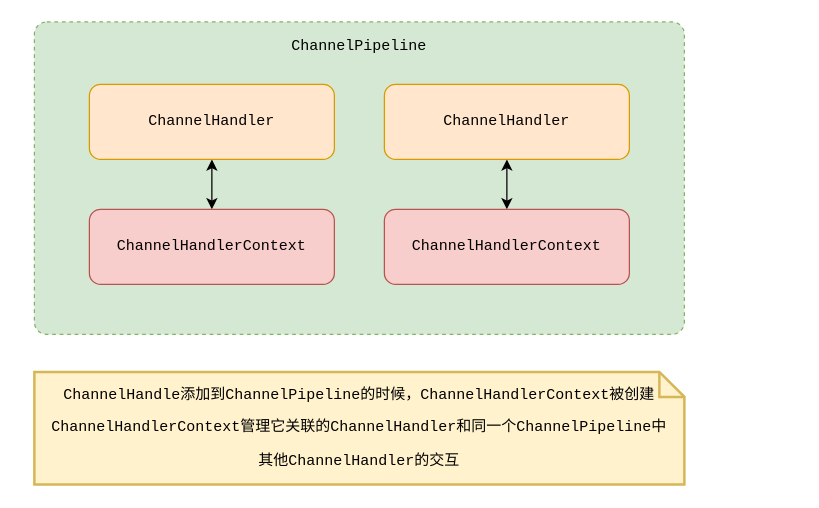
This is netty/channelHandlerContext.drawio from erlieStar/diagrams, a draw.io file, before an edit. Source tidied: cells renumbered, new cells numbered last; positions are measured from the earlier drawing's top-left corner, leaving out a move shared by most shapes. Both pictures are drawn from the tidied source at 125%, with x=0, y=0 at pixel (34, 21).
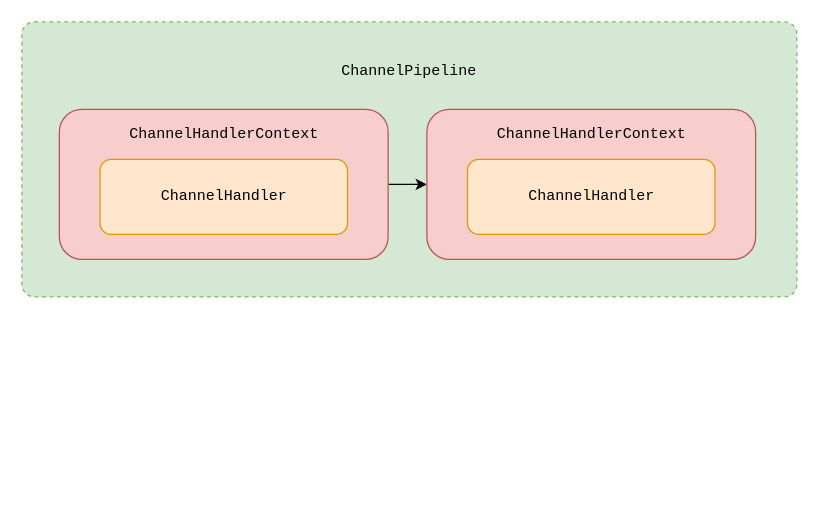
The same diagram, later.

Diff of the diagram source:
```diff
@@
 <mxGraphModel>
   <root>
     <mxCell id="0" />
     <mxCell id="1" parent="0" />
     <mxCell id="2" style="html=1;align=center;verticalAlign=top;rounded=1;absoluteArcSize=1;arcSize=20;dashed=1;fillColor=#d5e8d4;strokeColor=#82b366;" parent="1" vertex="1">
-      <mxGeometry width="520" height="250" as="geometry" />
+      <mxGeometry x="-10" width="620" height="220" as="geometry" />
     </mxCell>
-    <mxCell id="3" style="edgeStyle=orthogonalEdgeStyle;rounded=0;jettySize=auto;html=1;exitX=0.5;exitY=1;exitDx=0;exitDy=0;entryX=0.5;entryY=0;entryDx=0;entryDy=0;startArrow=classic;startFill=1;" parent="1" edge="1" source="4" target="7">
-      <mxGeometry relative="1" as="geometry" />
-    </mxCell>
+    <mxCell id="9" value="&lt;pre&gt;ChannelPipeline&lt;/pre&gt;" style="text;html=1;strokeColor=none;fillColor=none;align=center;verticalAlign=middle;whiteSpace=wrap;rounded=0;" parent="1" vertex="1">
+      <mxGeometry x="238" y="30" width="124" height="20" as="geometry" />
+    </mxCell>
+    <mxCell id="11" style="edgeStyle=orthogonalEdgeStyle;rounded=0;jettySize=auto;html=1;exitX=1;exitY=0.5;exitDx=0;exitDy=0;entryX=0;entryY=0.5;entryDx=0;entryDy=0;" parent="1" edge="1" source="7" target="13">
+      <mxGeometry relative="1" as="geometry" />
+    </mxCell>
+    <mxCell id="7" value="&lt;pre&gt;&lt;pre&gt;&lt;pre&gt;&lt;pre&gt;&lt;br&gt;&lt;/pre&gt;&lt;/pre&gt;&lt;/pre&gt;&lt;/pre&gt;" style="rounded=1;whiteSpace=wrap;html=1;fillColor=#f8cecc;strokeColor=#b85450;" parent="1" vertex="1">
+      <mxGeometry x="20" y="70" width="263" height="120" as="geometry" />
+    </mxCell>
     <mxCell id="4" value="&lt;pre&gt;&lt;pre&gt;ChannelHandler&lt;/pre&gt;&lt;/pre&gt;" style="rounded=1;whiteSpace=wrap;html=1;fillColor=#ffe6cc;strokeColor=#d79b00;" parent="1" vertex="1">
-      <mxGeometry x="44" y="50" width="196" height="60" as="geometry" />
+      <mxGeometry x="52.5" y="110" width="198" height="60" as="geometry" />
     </mxCell>
-    <mxCell id="5" style="edgeStyle=orthogonalEdgeStyle;rounded=0;jettySize=auto;html=1;exitX=0.5;exitY=1;exitDx=0;exitDy=0;entryX=0.5;entryY=0;entryDx=0;entryDy=0;startArrow=classic;startFill=1;" parent="1" edge="1" source="6" target="8">
-      <mxGeometry relative="1" as="geometry" />
-    </mxCell>
+    <mxCell id="12" value="&lt;pre&gt;ChannelHandlerContext&lt;/pre&gt;" style="text;html=1;strokeColor=none;fillColor=none;align=center;verticalAlign=middle;whiteSpace=wrap;rounded=0;" parent="1" vertex="1">
+      <mxGeometry x="71.5" y="80" width="160" height="20" as="geometry" />
+    </mxCell>
+    <mxCell id="13" value="&lt;pre&gt;&lt;pre&gt;&lt;pre&gt;&lt;pre&gt;&lt;br&gt;&lt;/pre&gt;&lt;/pre&gt;&lt;/pre&gt;&lt;/pre&gt;" style="rounded=1;whiteSpace=wrap;html=1;fillColor=#f8cecc;strokeColor=#b85450;" parent="1" vertex="1">
+      <mxGeometry x="314" y="70" width="263" height="120" as="geometry" />
+    </mxCell>
     <mxCell id="6" value="&lt;pre&gt;&lt;pre&gt;ChannelHandler&lt;/pre&gt;&lt;/pre&gt;" style="rounded=1;whiteSpace=wrap;html=1;fillColor=#ffe6cc;strokeColor=#d79b00;" parent="1" vertex="1">
-      <mxGeometry x="280" y="50" width="196" height="60" as="geometry" />
+      <mxGeometry x="346.5" y="110" width="198" height="60" as="geometry" />
     </mxCell>
-    <mxCell id="7" value="&lt;pre&gt;&lt;pre&gt;&lt;pre&gt;&lt;pre&gt;ChannelHandlerContext&lt;/pre&gt;&lt;/pre&gt;&lt;/pre&gt;&lt;/pre&gt;" style="rounded=1;whiteSpace=wrap;html=1;fillColor=#f8cecc;strokeColor=#b85450;" parent="1" vertex="1">
-      <mxGeometry x="44" y="150" width="196" height="60" as="geometry" />
-    </mxCell>
-    <mxCell id="8" value="&lt;pre&gt;&lt;pre&gt;&lt;pre&gt;&lt;pre&gt;ChannelHandlerContext&lt;/pre&gt;&lt;/pre&gt;&lt;/pre&gt;&lt;/pre&gt;" style="rounded=1;whiteSpace=wrap;html=1;fillColor=#f8cecc;strokeColor=#b85450;" parent="1" vertex="1">
-      <mxGeometry x="280" y="150" width="196" height="60" as="geometry" />
-    </mxCell>
-    <mxCell id="9" value="&lt;pre&gt;ChannelPipeline&lt;/pre&gt;" style="text;html=1;strokeColor=none;fillColor=none;align=center;verticalAlign=middle;whiteSpace=wrap;rounded=0;" parent="1" vertex="1">
-      <mxGeometry x="198" y="10" width="124" height="20" as="geometry" />
-    </mxCell>
-    <mxCell id="10" value="&lt;pre style=&quot;color: rgb(0 , 0 , 0) ; font-size: 12px&quot;&gt;ChannelHandle添加到ChannelPipeline的时候，ChannelHandlerContext被创建&lt;/pre&gt;&lt;pre style=&quot;color: rgb(0 , 0 , 0) ; font-size: 12px&quot;&gt;&lt;pre&gt;ChannelHandlerContext管理它关联的ChannelHandler和同一个ChannelPipeline中&lt;/pre&gt;&lt;pre&gt;其他ChannelHandler的交互&lt;/pre&gt;&lt;/pre&gt;" style="shape=note;strokeWidth=2;fontSize=14;size=20;whiteSpace=wrap;html=1;fillColor=#fff2cc;strokeColor=#d6b656;fontColor=#666600;" parent="1" vertex="1">
-      <mxGeometry y="280" width="520" height="90" as="geometry" />
-    </mxCell>
+    <mxCell id="14" value="&lt;pre&gt;ChannelHandlerContext&lt;/pre&gt;" style="text;html=1;strokeColor=none;fillColor=none;align=center;verticalAlign=middle;whiteSpace=wrap;rounded=0;" parent="1" vertex="1">
+      <mxGeometry x="365.5" y="80" width="160" height="20" as="geometry" />
+    </mxCell>
   </root>
 </mxGraphModel>
```
